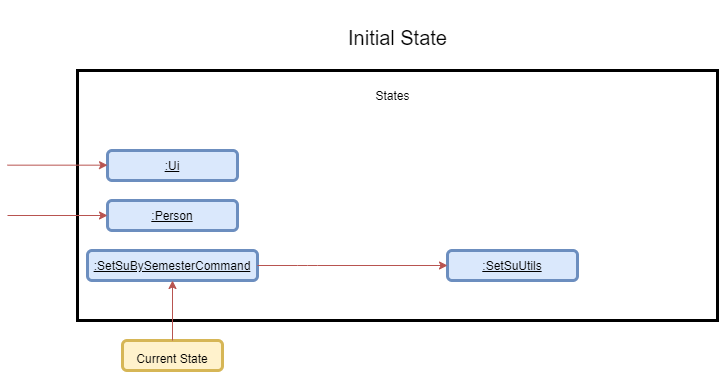
vanessa-kang/tp keeps this draw.io diagram as docs/images/DeveloperGuide/setSuBySemesterCommand_initialState.png. Above is the earlier version. Source tidied: cells renumbered, new cells last; positions are measured from the earlier drawing's top-left corner, leaving out a move shared by most shapes. The source it was exported from:
```xml
<mxGraphModel>
  <root>
    <mxCell id="0" />
    <mxCell id="1" parent="0" />
    <mxCell id="2" style="rounded=0;whiteSpace=wrap;html=1;strokeWidth=3;" parent="1" vertex="1">
      <mxGeometry x="70" y="70" width="640" height="250" as="geometry" />
    </mxCell>
    <mxCell id="3" value="&lt;font style=&quot;font-size: 20px&quot;&gt;Initial State&lt;/font&gt;" style="text;html=1;align=center;verticalAlign=middle;fontSize=40;" parent="1" vertex="1">
      <mxGeometry x="335" width="110" height="60" as="geometry" />
    </mxCell>
    <mxCell id="4" value="States" style="text;html=1;align=center;verticalAlign=middle;fontSize=12;" parent="1" vertex="1">
      <mxGeometry x="360" y="85" width="50" height="20" as="geometry" />
    </mxCell>
    <mxCell id="5" value="&lt;font style=&quot;font-size: 12px&quot;&gt;Current State&lt;/font&gt;" style="rounded=1;whiteSpace=wrap;html=1;strokeWidth=3;fontSize=20;fillColor=#fff2cc;strokeColor=#d6b656;" parent="1" vertex="1">
      <mxGeometry x="115" y="340" width="100" height="30" as="geometry" />
    </mxCell>
    <mxCell id="6" value="&lt;u&gt;:SetSuBySemesterCommand&lt;/u&gt;" style="rounded=1;whiteSpace=wrap;html=1;strokeWidth=3;fontSize=12;fillColor=#dae8fc;strokeColor=#6c8ebf;" parent="1" vertex="1">
      <mxGeometry x="80" y="250" width="170" height="30" as="geometry" />
    </mxCell>
    <mxCell id="7" value="&lt;u&gt;:SetSuUtils&lt;/u&gt;" style="rounded=1;whiteSpace=wrap;html=1;strokeWidth=3;fontSize=12;fillColor=#dae8fc;strokeColor=#6c8ebf;" parent="1" vertex="1">
      <mxGeometry x="440" y="250" width="130" height="30" as="geometry" />
    </mxCell>
    <mxCell id="8" style="endArrow=classic;html=1;fontSize=12;exitX=0.5;exitY=0;exitDx=0;exitDy=0;entryX=0.5;entryY=1;entryDx=0;entryDy=0;fillColor=#f8cecc;strokeColor=#b85450;" parent="1" edge="1" source="5" target="6">
      <mxGeometry relative="1" as="geometry" />
    </mxCell>
    <mxCell id="9" style="endArrow=classic;html=1;fontSize=12;exitX=1;exitY=0.5;exitDx=0;exitDy=0;fillColor=#f8cecc;strokeColor=#b85450;entryX=0;entryY=0.5;entryDx=0;entryDy=0;" parent="1" edge="1" source="6" target="7">
      <mxGeometry relative="1" as="geometry">
        <Array as="points">
          <mxPoint x="300" y="265" />
        </Array>
      </mxGeometry>
    </mxCell>
    <mxCell id="10" value="&lt;u&gt;:Ui&lt;/u&gt;" style="rounded=1;whiteSpace=wrap;html=1;strokeWidth=3;fontSize=12;fillColor=#dae8fc;strokeColor=#6c8ebf;" parent="1" vertex="1">
      <mxGeometry x="100" y="150" width="130" height="30" as="geometry" />
    </mxCell>
    <mxCell id="11" value="&lt;u&gt;:Person&lt;/u&gt;" style="rounded=1;whiteSpace=wrap;html=1;strokeWidth=3;fontSize=12;fillColor=#dae8fc;strokeColor=#6c8ebf;" parent="1" vertex="1">
      <mxGeometry x="100" y="200" width="130" height="30" as="geometry" />
    </mxCell>
    <mxCell id="12" style="endArrow=classic;html=1;fontSize=12;entryX=0;entryY=0.5;entryDx=0;entryDy=0;fillColor=#f8cecc;strokeColor=#b85450;" parent="1" edge="1" target="11">
      <mxGeometry relative="1" as="geometry">
        <mxPoint y="215" as="sourcePoint" />
      </mxGeometry>
    </mxCell>
    <mxCell id="13" style="endArrow=classic;html=1;fontSize=12;entryX=0;entryY=0.5;entryDx=0;entryDy=0;fillColor=#f8cecc;strokeColor=#b85450;" parent="1" edge="1">
      <mxGeometry relative="1" as="geometry">
        <mxPoint y="164.7" as="sourcePoint" />
        <mxPoint x="100" y="164.7" as="targetPoint" />
      </mxGeometry>
    </mxCell>
  </root>
</mxGraphModel>
```
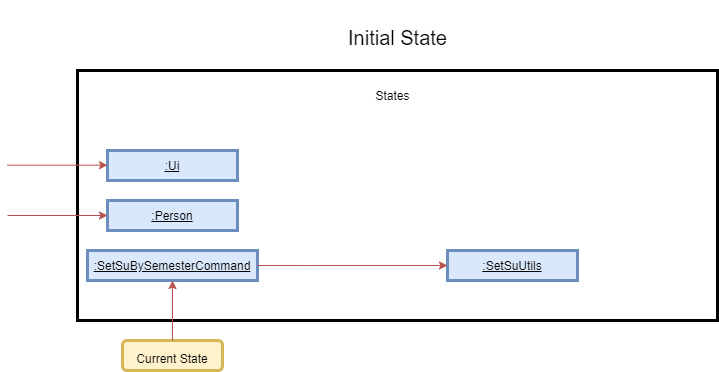
Above is the later version.

What changed in the source:
```diff
@@ -14,10 +14,10 @@
     <mxCell id="5" value="&lt;font style=&quot;font-size: 12px&quot;&gt;Current State&lt;/font&gt;" style="rounded=1;whiteSpace=wrap;html=1;strokeWidth=3;fontSize=20;fillColor=#fff2cc;strokeColor=#d6b656;" parent="1" vertex="1">
       <mxGeometry x="115" y="340" width="100" height="30" as="geometry" />
     </mxCell>
-    <mxCell id="6" value="&lt;u&gt;:SetSuBySemesterCommand&lt;/u&gt;" style="rounded=1;whiteSpace=wrap;html=1;strokeWidth=3;fontSize=12;fillColor=#dae8fc;strokeColor=#6c8ebf;" parent="1" vertex="1">
+    <mxCell id="6" value="&lt;u&gt;:SetSuBySemesterCommand&lt;/u&gt;" style="rounded=0;whiteSpace=wrap;html=1;strokeWidth=3;fontSize=12;fillColor=#dae8fc;strokeColor=#6c8ebf;" parent="1" vertex="1">
       <mxGeometry x="80" y="250" width="170" height="30" as="geometry" />
     </mxCell>
-    <mxCell id="7" value="&lt;u&gt;:SetSuUtils&lt;/u&gt;" style="rounded=1;whiteSpace=wrap;html=1;strokeWidth=3;fontSize=12;fillColor=#dae8fc;strokeColor=#6c8ebf;" parent="1" vertex="1">
+    <mxCell id="7" value="&lt;u&gt;:SetSuUtils&lt;/u&gt;" style="rounded=0;whiteSpace=wrap;html=1;strokeWidth=3;fontSize=12;fillColor=#dae8fc;strokeColor=#6c8ebf;" parent="1" vertex="1">
       <mxGeometry x="440" y="250" width="130" height="30" as="geometry" />
     </mxCell>
     <mxCell id="8" style="endArrow=classic;html=1;fontSize=12;exitX=0.5;exitY=0;exitDx=0;exitDy=0;entryX=0.5;entryY=1;entryDx=0;entryDy=0;fillColor=#f8cecc;strokeColor=#b85450;" parent="1" edge="1" source="5" target="6">
@@ -30,10 +30,10 @@
         </Array>
       </mxGeometry>
     </mxCell>
-    <mxCell id="10" value="&lt;u&gt;:Ui&lt;/u&gt;" style="rounded=1;whiteSpace=wrap;html=1;strokeWidth=3;fontSize=12;fillColor=#dae8fc;strokeColor=#6c8ebf;" parent="1" vertex="1">
+    <mxCell id="10" value="&lt;u&gt;:Ui&lt;/u&gt;" style="rounded=0;whiteSpace=wrap;html=1;strokeWidth=3;fontSize=12;fillColor=#dae8fc;strokeColor=#6c8ebf;glass=0;" parent="1" vertex="1">
       <mxGeometry x="100" y="150" width="130" height="30" as="geometry" />
     </mxCell>
-    <mxCell id="11" value="&lt;u&gt;:Person&lt;/u&gt;" style="rounded=1;whiteSpace=wrap;html=1;strokeWidth=3;fontSize=12;fillColor=#dae8fc;strokeColor=#6c8ebf;" parent="1" vertex="1">
+    <mxCell id="11" value="&lt;u&gt;:Person&lt;/u&gt;" style="rounded=0;whiteSpace=wrap;html=1;strokeWidth=3;fontSize=12;fillColor=#dae8fc;strokeColor=#6c8ebf;" parent="1" vertex="1">
       <mxGeometry x="100" y="200" width="130" height="30" as="geometry" />
     </mxCell>
     <mxCell id="12" style="endArrow=classic;html=1;fontSize=12;entryX=0;entryY=0.5;entryDx=0;entryDy=0;fillColor=#f8cecc;strokeColor=#b85450;" parent="1" edge="1" target="11">
```
